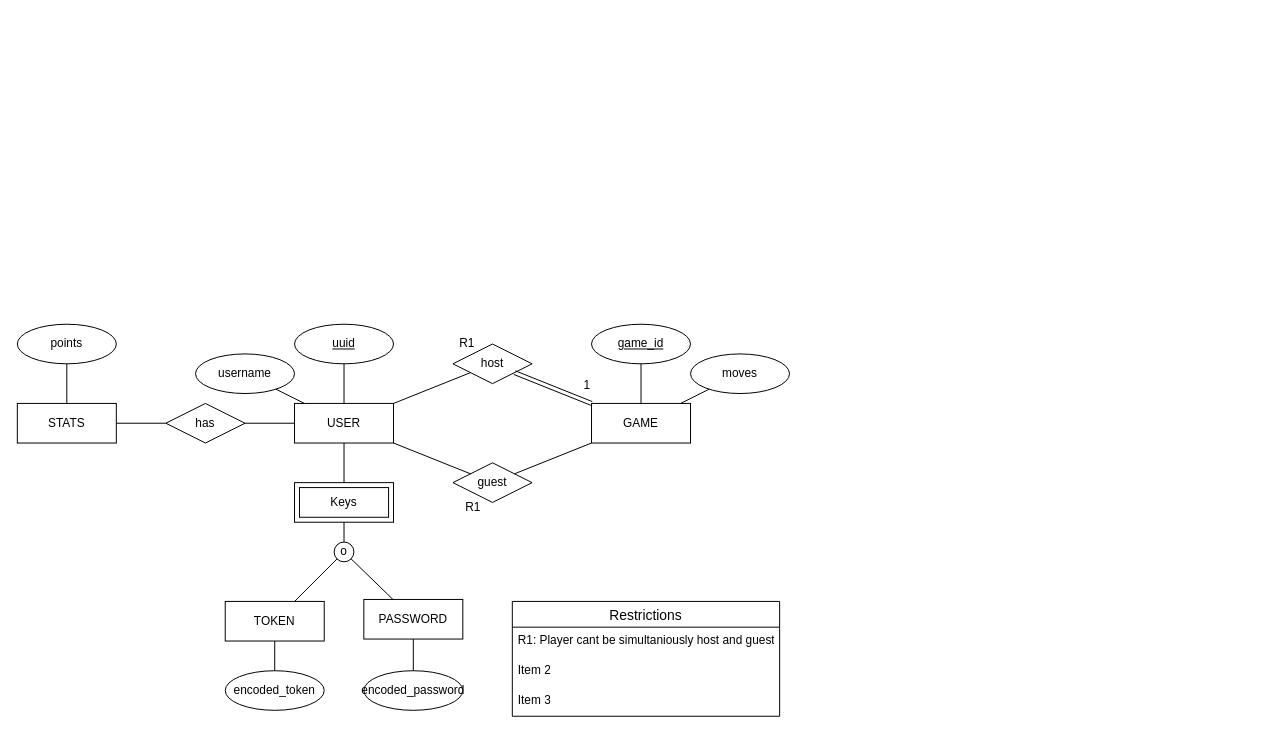
The draw.io diagram docs/EA_MODEL/EA_Model.drawio in ISEL-STRESSES/Gomoku-Web, before the edit. Source tidied: cells renumbered, new cells numbered last; positions are measured from the earlier drawing's top-left corner, leaving out a move shared by most shapes. Both pictures are drawn from the tidied source at 99%, with x=0, y=0 at pixel (17, 324).
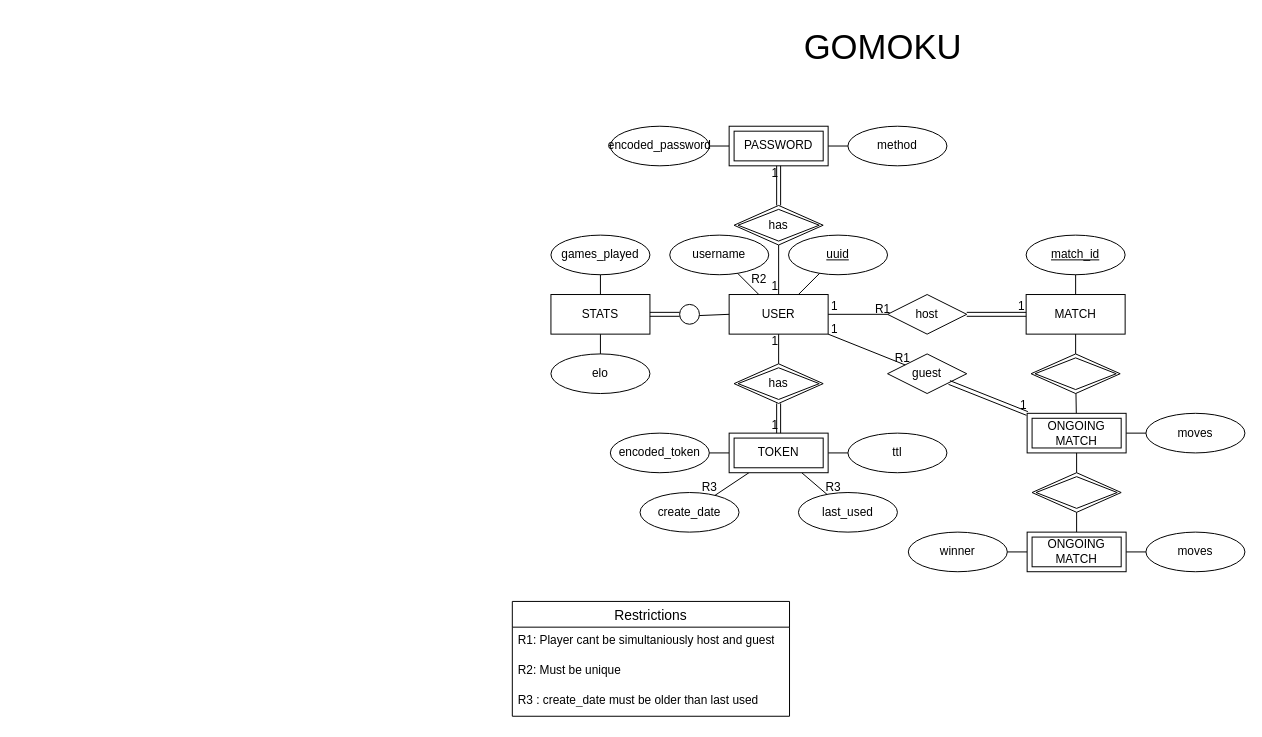
Above is the later version.

Commit message (it also covers changes not shown here):
EA Model and script.

Diff of the diagram source:
```diff
@@
+    <mxCell id="27" value="Restrictions" style="swimlane;fontStyle=0;horizontal=1;startSize=26;align=center;fontSize=14;" parent="1" vertex="1">
+      <mxGeometry x="500" y="280" width="280" height="116" as="geometry" />
+    </mxCell>
+    <mxCell id="28" value="R1: Player cant be simultaniously host and guest" style="text;strokeColor=none;fillColor=none;spacingLeft=4;spacingRight=4;overflow=hidden;fontSize=12;whiteSpace=wrap;html=1;" parent="27" vertex="1">
+      <mxGeometry y="26" width="280" height="30" as="geometry" />
+    </mxCell>
+    <mxCell id="29" value="R2: Must be unique" style="text;strokeColor=none;fillColor=none;spacingLeft=4;spacingRight=4;overflow=hidden;fontSize=12;whiteSpace=wrap;html=1;" parent="27" vertex="1">
+      <mxGeometry y="56" width="280" height="30" as="geometry" />
+    </mxCell>
+    <mxCell id="30" value="R3 : create_date must be older than last used" style="text;strokeColor=none;fillColor=none;spacingLeft=4;spacingRight=4;overflow=hidden;fontSize=12;whiteSpace=wrap;html=1;" parent="27" vertex="1">
+      <mxGeometry y="86" width="280" height="30" as="geometry" />
+    </mxCell>
+    <mxCell id="43" value="GOMOKU" style="text;html=1;align=center;verticalAlign=middle;strokeColor=none;fillColor=none;fontSize=35;" parent="1" vertex="1">
+      <mxGeometry x="784" y="-310" width="180" height="60" as="geometry" />
+    </mxCell>
+    <mxCell id="44" style="group;" parent="1" vertex="1">
+      <mxGeometry x="539" y="-200" width="701" height="450" as="geometry" />
+    </mxCell>
-    <mxCell id="2" value="USER" style="whiteSpace=wrap;html=1;align=center;" parent="1" vertex="1">
-      <mxGeometry x="280" y="80" width="100" height="40" as="geometry" />
+    <mxCell id="2" value="USER" style="whiteSpace=wrap;html=1;align=center;" parent="44" vertex="1">
+      <mxGeometry x="180" y="170" width="100" height="40" as="geometry" />
     </mxCell>
-    <mxCell id="3" value="username" style="ellipse;whiteSpace=wrap;html=1;align=center;" parent="1" vertex="1">
-      <mxGeometry x="180" y="30" width="100" height="40" as="geometry" />
+    <mxCell id="3" value="username" style="ellipse;whiteSpace=wrap;html=1;align=center;" parent="44" vertex="1">
+      <mxGeometry x="120" y="110" width="100" height="40" as="geometry" />
     </mxCell>
-    <mxCell id="4" value="uuid" style="ellipse;whiteSpace=wrap;html=1;align=center;fontStyle=4;" parent="1" vertex="1">
-      <mxGeometry x="280" width="100" height="40" as="geometry" />
+    <mxCell id="4" value="uuid" style="ellipse;whiteSpace=wrap;html=1;align=center;fontStyle=4;" parent="44" vertex="1">
+      <mxGeometry x="240" y="110" width="100" height="40" as="geometry" />
     </mxCell>
-    <mxCell id="5" value="GAME" style="whiteSpace=wrap;html=1;align=center;" parent="1" vertex="1">
-      <mxGeometry x="580" y="80" width="100" height="40" as="geometry" />
+    <mxCell id="5" value="MATCH" style="whiteSpace=wrap;html=1;align=center;" parent="44" vertex="1">
+      <mxGeometry x="480" y="170" width="100" height="40" as="geometry" />
     </mxCell>
-    <mxCell id="6" value="moves" style="ellipse;whiteSpace=wrap;html=1;align=center;" parent="1" vertex="1">
-      <mxGeometry x="680" y="30" width="100" height="40" as="geometry" />
+    <mxCell id="6" value="moves" style="ellipse;whiteSpace=wrap;html=1;align=center;" parent="44" vertex="1">
+      <mxGeometry x="601" y="290" width="100" height="40" as="geometry" />
     </mxCell>
-    <mxCell id="7" value="game_id" style="ellipse;whiteSpace=wrap;html=1;align=center;fontStyle=4;" parent="1" vertex="1">
-      <mxGeometry x="580" width="100" height="40" as="geometry" />
+    <mxCell id="7" value="match_id" style="ellipse;whiteSpace=wrap;html=1;align=center;fontStyle=4;" parent="44" vertex="1">
+      <mxGeometry x="480" y="110" width="100" height="40" as="geometry" />
     </mxCell>
-    <mxCell id="8" style="endArrow=none;html=1;rounded=0;" parent="1" edge="1" source="7" target="5">
+    <mxCell id="8" style="endArrow=none;html=1;rounded=0;" parent="44" edge="1" source="7" target="5">
       <mxGeometry relative="1" as="geometry" />
     </mxCell>
-    <mxCell id="9" style="endArrow=none;html=1;rounded=0;" parent="1" edge="1" source="5" target="6">
+    <mxCell id="9" style="endArrow=none;html=1;rounded=0;" parent="44" edge="1" source="85" target="6">
       <mxGeometry relative="1" as="geometry" />
     </mxCell>
-    <mxCell id="10" style="endArrow=none;html=1;rounded=0;" parent="1" edge="1" source="4" target="2">
+    <mxCell id="10" style="endArrow=none;html=1;rounded=0;" parent="44" edge="1" source="4" target="2">
       <mxGeometry relative="1" as="geometry" />
     </mxCell>
-    <mxCell id="11" style="endArrow=none;html=1;rounded=0;" parent="1" edge="1" source="3" target="2">
+    <mxCell id="11" style="endArrow=none;html=1;rounded=0;" parent="44" edge="1" source="3" target="2">
       <mxGeometry relative="1" as="geometry" />
     </mxCell>
-    <mxCell id="12" value="points" style="ellipse;whiteSpace=wrap;html=1;align=center;" parent="1" vertex="1">
-      <mxGeometry width="100" height="40" as="geometry" />
+    <mxCell id="12" value="elo" style="ellipse;whiteSpace=wrap;html=1;align=center;" parent="44" vertex="1">
+      <mxGeometry y="230" width="100" height="40" as="geometry" />
     </mxCell>
-    <mxCell id="13" style="endArrow=none;html=1;rounded=0;" parent="1" edge="1" source="12" target="42">
+    <mxCell id="13" style="endArrow=none;html=1;rounded=0;" parent="44" edge="1" source="12" target="42">
       <mxGeometry relative="1" as="geometry" />
     </mxCell>
-    <mxCell id="14" style="endArrow=none;html=1;rounded=0;" parent="1" edge="1" source="25" target="2">
-      <mxGeometry relative="1" as="geometry" />
-    </mxCell>
-    <mxCell id="15" value="PASSWORD" style="whiteSpace=wrap;html=1;align=center;" parent="1" vertex="1">
-      <mxGeometry x="350" y="278" width="100" height="40" as="geometry" />
-    </mxCell>
-    <mxCell id="16" value="encoded_password" style="ellipse;whiteSpace=wrap;html=1;align=center;" parent="1" vertex="1">
-      <mxGeometry x="350" y="350" width="100" height="40" as="geometry" />
+    <mxCell id="16" value="encoded_password" style="ellipse;whiteSpace=wrap;html=1;align=center;" parent="44" vertex="1">
+      <mxGeometry x="60" width="100" height="40" as="geometry" />
     </mxCell>
-    <mxCell id="17" style="endArrow=none;html=1;rounded=0;" parent="1" edge="1" source="15" target="16">
-      <mxGeometry relative="1" as="geometry" />
-    </mxCell>
-    <mxCell id="18" style="endArrow=none;html=1;rounded=0;" parent="1" edge="1" source="24" target="2">
-      <mxGeometry relative="1" as="geometry" />
-    </mxCell>
-    <mxCell id="19" style="endArrow=none;html=1;rounded=0;" parent="1" edge="1" source="2" target="20">
-      <mxGeometry relative="1" as="geometry" />
-    </mxCell>
-    <mxCell id="20" value="Keys" style="shape=ext;margin=3;double=1;whiteSpace=wrap;html=1;align=center;" parent="1" vertex="1">
-      <mxGeometry x="280" y="160" width="100" height="40" as="geometry" />
-    </mxCell>
-    <mxCell id="21" value="TOKEN" style="whiteSpace=wrap;html=1;align=center;" parent="1" vertex="1">
-      <mxGeometry x="210" y="280" width="100" height="40" as="geometry" />
-    </mxCell>
-    <mxCell id="22" value="encoded_token" style="ellipse;whiteSpace=wrap;html=1;align=center;" parent="1" vertex="1">
-      <mxGeometry x="210" y="350" width="100" height="40" as="geometry" />
+    <mxCell id="22" value="encoded_token" style="ellipse;whiteSpace=wrap;html=1;align=center;" parent="44" vertex="1">
+      <mxGeometry x="60" y="310" width="100" height="40" as="geometry" />
     </mxCell>
-    <mxCell id="23" style="endArrow=none;html=1;rounded=0;" parent="1" edge="1" source="21" target="22">
+    <mxCell id="23" style="endArrow=none;html=1;rounded=0;" parent="44" edge="1" source="21" target="22">
       <mxGeometry relative="1" as="geometry" />
     </mxCell>
-    <mxCell id="24" value="host" style="shape=rhombus;perimeter=rhombusPerimeter;whiteSpace=wrap;html=1;align=center;" parent="1" vertex="1">
-      <mxGeometry x="440" y="20" width="80" height="40" as="geometry" />
+    <mxCell id="24" value="host" style="shape=rhombus;perimeter=rhombusPerimeter;whiteSpace=wrap;html=1;align=center;" parent="44" vertex="1">
+      <mxGeometry x="340" y="170" width="80" height="40" as="geometry" />
     </mxCell>
-    <mxCell id="25" value="has" style="shape=rhombus;perimeter=rhombusPerimeter;whiteSpace=wrap;html=1;align=center;" parent="1" vertex="1">
-      <mxGeometry x="150" y="80" width="80" height="40" as="geometry" />
-    </mxCell>
-    <mxCell id="26" style="endArrow=none;html=1;rounded=0;" parent="1" edge="1" source="42" target="25">
-      <mxGeometry relative="1" as="geometry" />
-    </mxCell>
-    <mxCell id="27" value="Restrictions" style="swimlane;fontStyle=0;horizontal=1;startSize=26;align=center;fontSize=14;" parent="1" vertex="1">
-      <mxGeometry x="500" y="280" width="270" height="116" as="geometry" />
-    </mxCell>
-    <mxCell id="28" value="R1: Player cant be simultaniously host and guest" style="text;strokeColor=none;fillColor=none;spacingLeft=4;spacingRight=4;overflow=hidden;fontSize=12;whiteSpace=wrap;html=1;" parent="27" vertex="1">
-      <mxGeometry y="26" width="270" height="30" as="geometry" />
-    </mxCell>
-    <mxCell id="29" value="Item 2" style="text;strokeColor=none;fillColor=none;spacingLeft=4;spacingRight=4;overflow=hidden;fontSize=12;whiteSpace=wrap;html=1;" parent="27" vertex="1">
-      <mxGeometry y="56" width="270" height="30" as="geometry" />
-    </mxCell>
-    <mxCell id="30" value="Item 3" style="text;strokeColor=none;fillColor=none;spacingLeft=4;spacingRight=4;overflow=hidden;fontSize=12;whiteSpace=wrap;html=1;" parent="27" vertex="1">
-      <mxGeometry y="86" width="270" height="30" as="geometry" />
-    </mxCell>
-    <mxCell id="31" value="o" style="ellipse;whiteSpace=wrap;html=1;" parent="1" vertex="1">
-      <mxGeometry x="320" y="220" width="20" height="20" as="geometry" />
-    </mxCell>
-    <mxCell id="32" style="endArrow=none;html=1;rounded=0;" parent="1" edge="1" source="20" target="31">
-      <mxGeometry relative="1" as="geometry" />
-    </mxCell>
-    <mxCell id="33" style="endArrow=none;html=1;rounded=0;" parent="1" edge="1" source="31" target="15">
-      <mxGeometry relative="1" as="geometry" />
-    </mxCell>
-    <mxCell id="34" style="endArrow=none;html=1;rounded=0;" parent="1" edge="1" source="21" target="31">
-      <mxGeometry relative="1" as="geometry" />
-    </mxCell>
-    <mxCell id="35" value="guest" style="shape=rhombus;perimeter=rhombusPerimeter;whiteSpace=wrap;html=1;align=center;" parent="1" vertex="1">
-      <mxGeometry x="440" y="140" width="80" height="40" as="geometry" />
+    <mxCell id="35" value="guest" style="shape=rhombus;perimeter=rhombusPerimeter;whiteSpace=wrap;html=1;align=center;" parent="44" vertex="1">
+      <mxGeometry x="340" y="230" width="80" height="40" as="geometry" />
     </mxCell>
-    <mxCell id="36" style="endArrow=none;html=1;rounded=0;" parent="1" edge="1" source="2" target="35">
-      <mxGeometry relative="1" as="geometry" />
-    </mxCell>
-    <mxCell id="37" style="endArrow=none;html=1;rounded=0;" parent="1" edge="1" source="35" target="5">
-      <mxGeometry relative="1" as="geometry" />
-    </mxCell>
-    <mxCell id="38" style="shape=link;html=1;rounded=0;" parent="1" edge="1" source="5" target="24">
+    <mxCell id="38" style="shape=link;html=1;rounded=0;" parent="44" edge="1" source="5" target="24">
       <mxGeometry relative="1" as="geometry" />
     </mxCell>
     <mxCell id="39" value="1" style="html=1;whiteSpace=wrap;align=right;verticalAlign=bottom;" parent="38" vertex="1">
       <mxGeometry x="1" relative="1" as="geometry">
-        <mxPoint x="78" y="21" as="offset" />
+        <mxPoint x="60" as="offset" />
       </mxGeometry>
     </mxCell>
-    <mxCell id="40" value="R1" style="text;html=1;align=center;verticalAlign=middle;strokeColor=none;fillColor=none;" parent="1" vertex="1">
-      <mxGeometry x="434" y="5" width="40" height="30" as="geometry" />
+    <mxCell id="40" value="R1" style="text;html=1;align=center;verticalAlign=middle;strokeColor=none;fillColor=none;" parent="44" vertex="1">
+      <mxGeometry x="315" y="170" width="40" height="30" as="geometry" />
     </mxCell>
-    <mxCell id="41" value="R1" style="text;html=1;align=center;verticalAlign=middle;strokeColor=none;fillColor=none;" parent="1" vertex="1">
-      <mxGeometry x="440" y="170" width="40" height="30" as="geometry" />
+    <mxCell id="41" value="R1" style="text;html=1;align=center;verticalAlign=middle;strokeColor=none;fillColor=none;" parent="44" vertex="1">
+      <mxGeometry x="335" y="220" width="40" height="30" as="geometry" />
     </mxCell>
-    <mxCell id="42" value="STATS" style="whiteSpace=wrap;html=1;align=center;" parent="1" vertex="1">
-      <mxGeometry y="80" width="100" height="40" as="geometry" />
+    <mxCell id="42" value="STATS" style="whiteSpace=wrap;html=1;align=center;" parent="44" vertex="1">
+      <mxGeometry y="170" width="100" height="40" as="geometry" />
     </mxCell>
+    <mxCell id="45" value="winner" style="ellipse;whiteSpace=wrap;html=1;align=center;" parent="44" vertex="1">
+      <mxGeometry x="361" y="410" width="100" height="40" as="geometry" />
+    </mxCell>
+    <mxCell id="46" style="endArrow=none;html=1;rounded=0;" parent="44" edge="1" source="87" target="45">
+      <mxGeometry relative="1" as="geometry" />
+    </mxCell>
+    <mxCell id="47" style="endArrow=none;html=1;rounded=0;" parent="44" edge="1" source="81" target="5">
+      <mxGeometry relative="1" as="geometry" />
+    </mxCell>
+    <mxCell id="48" value="games_played" style="ellipse;whiteSpace=wrap;html=1;align=center;" parent="44" vertex="1">
+      <mxGeometry y="110" width="100" height="40" as="geometry" />
+    </mxCell>
+    <mxCell id="49" style="endArrow=none;html=1;rounded=0;" parent="44" edge="1" source="42" target="48">
+      <mxGeometry relative="1" as="geometry" />
+    </mxCell>
+    <mxCell id="50" style="shape=link;html=1;rounded=0;" parent="44" edge="1" source="73" target="42">
+      <mxGeometry relative="1" as="geometry" />
+    </mxCell>
+    <mxCell id="51" value="R2" style="text;html=1;align=center;verticalAlign=middle;strokeColor=none;fillColor=none;" parent="44" vertex="1">
+      <mxGeometry x="190" y="140" width="40" height="30" as="geometry" />
+    </mxCell>
+    <mxCell id="52" value="create_date" style="ellipse;whiteSpace=wrap;html=1;align=center;" parent="44" vertex="1">
+      <mxGeometry x="90" y="370" width="100" height="40" as="geometry" />
+    </mxCell>
+    <mxCell id="53" value="last_used" style="ellipse;whiteSpace=wrap;html=1;align=center;" parent="44" vertex="1">
+      <mxGeometry x="250" y="370" width="100" height="40" as="geometry" />
+    </mxCell>
+    <mxCell id="54" style="endArrow=none;html=1;rounded=0;" parent="44" edge="1" source="21" target="53">
+      <mxGeometry relative="1" as="geometry" />
+    </mxCell>
+    <mxCell id="55" style="endArrow=none;html=1;rounded=0;" parent="44" edge="1" source="21" target="52">
+      <mxGeometry relative="1" as="geometry" />
+    </mxCell>
+    <mxCell id="56" value="R3" style="text;html=1;align=center;verticalAlign=middle;strokeColor=none;fillColor=none;" parent="44" vertex="1">
+      <mxGeometry x="140" y="350" width="40" height="30" as="geometry" />
+    </mxCell>
+    <mxCell id="57" value="R3" style="text;html=1;align=center;verticalAlign=middle;strokeColor=none;fillColor=none;" parent="44" vertex="1">
+      <mxGeometry x="265" y="350" width="40" height="30" as="geometry" />
+    </mxCell>
+    <mxCell id="58" value="ttl" style="ellipse;whiteSpace=wrap;html=1;align=center;" parent="44" vertex="1">
+      <mxGeometry x="300" y="310" width="100" height="40" as="geometry" />
+    </mxCell>
+    <mxCell id="59" style="endArrow=none;html=1;rounded=0;" parent="44" edge="1" source="21" target="58">
+      <mxGeometry relative="1" as="geometry" />
+    </mxCell>
+    <mxCell id="17" style="endArrow=none;html=1;rounded=0;" parent="44" edge="1" source="15" target="16">
+      <mxGeometry relative="1" as="geometry" />
+    </mxCell>
+    <mxCell id="60" value="has" style="shape=rhombus;double=1;perimeter=rhombusPerimeter;whiteSpace=wrap;html=1;align=center;" parent="44" vertex="1">
+      <mxGeometry x="185" y="240" width="90" height="40" as="geometry" />
+    </mxCell>
+    <mxCell id="21" value="TOKEN" style="shape=ext;margin=3;double=1;whiteSpace=wrap;html=1;align=center;" parent="44" vertex="1">
+      <mxGeometry x="180" y="310" width="100" height="40" as="geometry" />
+    </mxCell>
+    <mxCell id="61" value="method" style="ellipse;whiteSpace=wrap;html=1;align=center;" parent="44" vertex="1">
+      <mxGeometry x="300" width="100" height="40" as="geometry" />
+    </mxCell>
+    <mxCell id="62" style="endArrow=none;html=1;rounded=0;" parent="44" edge="1" source="61" target="15">
+      <mxGeometry relative="1" as="geometry" />
+    </mxCell>
+    <mxCell id="63" style="shape=link;html=1;rounded=0;" parent="44" edge="1" source="60" target="21">
+      <mxGeometry relative="1" as="geometry" />
+    </mxCell>
+    <mxCell id="64" value="1" style="html=1;align=right;verticalAlign=bottom;" parent="63" vertex="1">
+      <mxGeometry x="1" relative="1" as="geometry" />
+    </mxCell>
+    <mxCell id="65" style="endArrow=none;html=1;rounded=0;" parent="44" edge="1" source="60" target="2">
+      <mxGeometry relative="1" as="geometry" />
+    </mxCell>
+    <mxCell id="66" value="1" style="html=1;align=right;verticalAlign=bottom;" parent="65" vertex="1">
+      <mxGeometry x="1" relative="1" as="geometry">
+        <mxPoint y="15" as="offset" />
+      </mxGeometry>
+    </mxCell>
+    <mxCell id="67" style="shape=link;html=1;rounded=0;" parent="44" edge="1" source="35" target="85">
+      <mxGeometry relative="1" as="geometry" />
+    </mxCell>
+    <mxCell id="68" value="1" style="html=1;align=right;verticalAlign=bottom;" parent="67" vertex="1">
+      <mxGeometry x="1" relative="1" as="geometry" />
+    </mxCell>
+    <mxCell id="18" style="endArrow=none;html=1;rounded=0;" parent="44" edge="1" source="24" target="2">
+      <mxGeometry relative="1" as="geometry" />
+    </mxCell>
+    <mxCell id="69" value="1" style="html=1;align=right;verticalAlign=bottom;" parent="18" vertex="1">
+      <mxGeometry x="1" relative="1" as="geometry">
+        <mxPoint x="10" as="offset" />
+      </mxGeometry>
+    </mxCell>
+    <mxCell id="70" style="endArrow=none;html=1;rounded=0;" parent="44" edge="1" source="35" target="2">
+      <mxGeometry relative="1" as="geometry" />
+    </mxCell>
+    <mxCell id="71" value="1" style="html=1;align=right;verticalAlign=bottom;" parent="70" vertex="1">
+      <mxGeometry x="1" relative="1" as="geometry">
+        <mxPoint x="10" y="3" as="offset" />
+      </mxGeometry>
+    </mxCell>
+    <mxCell id="72" value="has" style="shape=rhombus;double=1;perimeter=rhombusPerimeter;whiteSpace=wrap;html=1;align=center;" parent="44" vertex="1">
+      <mxGeometry x="185" y="80" width="90" height="40" as="geometry" />
+    </mxCell>
+    <mxCell id="15" value="PASSWORD" style="shape=ext;margin=3;double=1;whiteSpace=wrap;html=1;align=center;" parent="44" vertex="1">
+      <mxGeometry x="180" width="100" height="40" as="geometry" />
+    </mxCell>
+    <mxCell id="73" style="ellipse;whiteSpace=wrap;html=1;" parent="44" vertex="1">
+      <mxGeometry x="130" y="180" width="20" height="20" as="geometry" />
+    </mxCell>
+    <mxCell id="74" style="endArrow=none;html=1;rounded=0;" parent="44" edge="1" source="73" target="2">
+      <mxGeometry relative="1" as="geometry" />
+    </mxCell>
+    <mxCell id="75" style="shape=link;html=1;rounded=0;" parent="44" edge="1" source="72" target="15">
+      <mxGeometry relative="1" as="geometry" />
+    </mxCell>
+    <mxCell id="76" value="1" style="html=1;align=right;verticalAlign=bottom;" parent="75" vertex="1">
+      <mxGeometry x="1" relative="1" as="geometry">
+        <mxPoint y="16" as="offset" />
+      </mxGeometry>
+    </mxCell>
+    <mxCell id="77" style="endArrow=none;html=1;rounded=0;" parent="44" edge="1" source="72" target="2">
+      <mxGeometry relative="1" as="geometry" />
+    </mxCell>
+    <mxCell id="78" value="1" style="html=1;align=right;verticalAlign=bottom;" parent="77" vertex="1">
+      <mxGeometry x="1" relative="1" as="geometry" />
+    </mxCell>
+    <mxCell id="79" value="moves" style="ellipse;whiteSpace=wrap;html=1;align=center;" parent="44" vertex="1">
+      <mxGeometry x="601" y="410" width="100" height="40" as="geometry" />
+    </mxCell>
+    <mxCell id="80" style="endArrow=none;html=1;rounded=0;" parent="44" edge="1" source="87" target="79">
+      <mxGeometry relative="1" as="geometry" />
+    </mxCell>
+    <mxCell id="81" style="shape=rhombus;double=1;perimeter=rhombusPerimeter;whiteSpace=wrap;html=1;align=center;" parent="44" vertex="1">
+      <mxGeometry x="485" y="230" width="90" height="40" as="geometry" />
+    </mxCell>
+    <mxCell id="82" style="endArrow=none;html=1;rounded=0;" parent="44" edge="1" source="85" target="81">
+      <mxGeometry relative="1" as="geometry" />
+    </mxCell>
+    <mxCell id="83" style="shape=rhombus;double=1;perimeter=rhombusPerimeter;whiteSpace=wrap;html=1;align=center;" parent="44" vertex="1">
+      <mxGeometry x="486" y="350" width="90" height="40" as="geometry" />
+    </mxCell>
+    <mxCell id="84" style="endArrow=none;html=1;rounded=0;" parent="44" edge="1" source="87" target="83">
+      <mxGeometry relative="1" as="geometry" />
+    </mxCell>
+    <mxCell id="85" value="ONGOING MATCH" style="shape=ext;margin=3;double=1;whiteSpace=wrap;html=1;align=center;" parent="44" vertex="1">
+      <mxGeometry x="481" y="290" width="100" height="40" as="geometry" />
+    </mxCell>
+    <mxCell id="86" style="endArrow=none;html=1;rounded=0;" parent="44" edge="1" source="83" target="85">
+      <mxGeometry relative="1" as="geometry" />
+    </mxCell>
+    <mxCell id="87" value="ONGOING MATCH" style="shape=ext;margin=3;double=1;whiteSpace=wrap;html=1;align=center;" parent="44" vertex="1">
+      <mxGeometry x="481" y="410" width="100" height="40" as="geometry" />
+    </mxCell>
```
